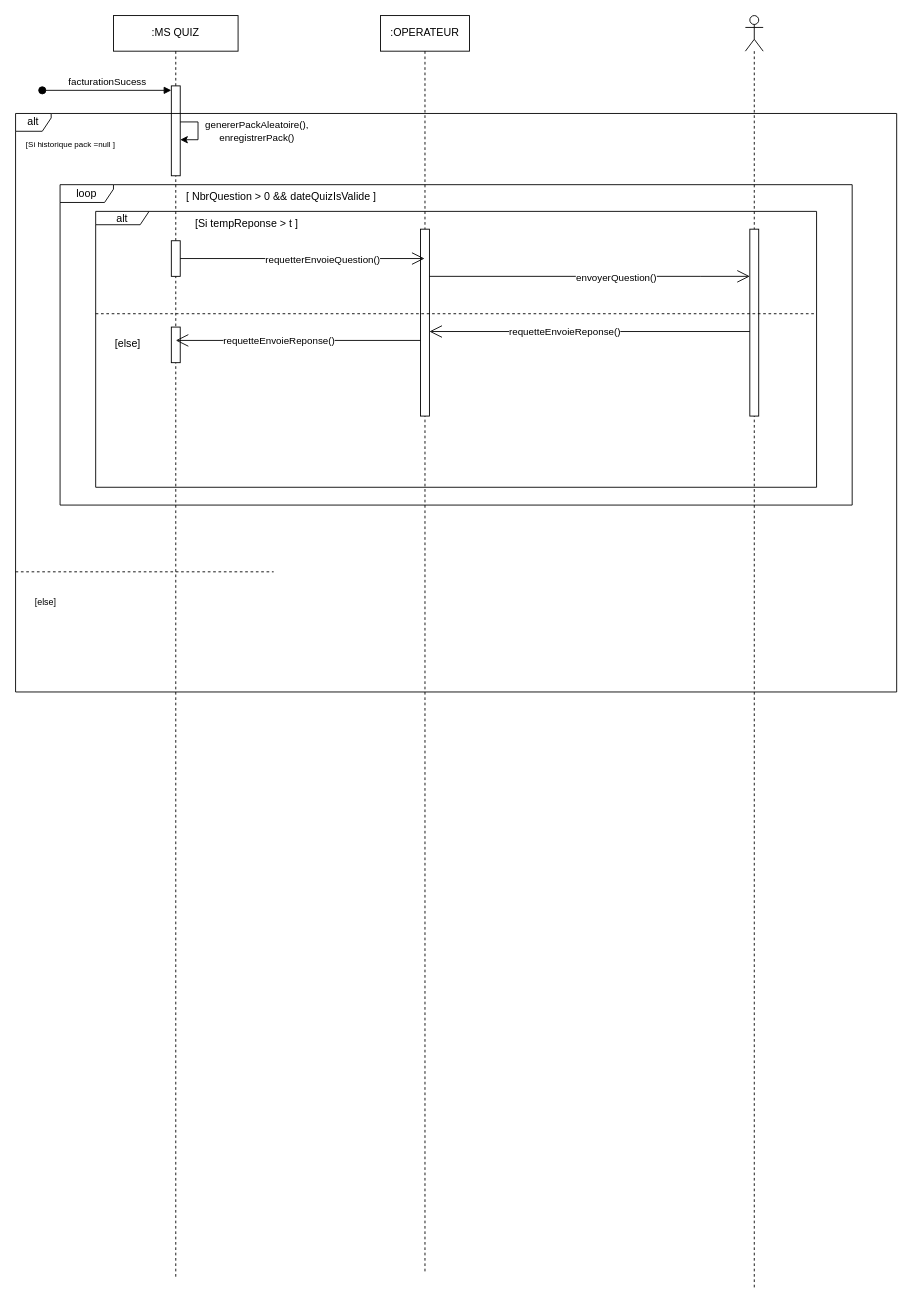
Above: page "DS-MODELE-GAME-B1" (3 of 5) of QuizDiagram.drawio in kbvac/Diagramme-UML (draw.io), before the change. Source tidied: cells renumbered, new cells numbered last; positions are measured from the earlier drawing's top-left corner, leaving out a move shared by most shapes. Both pictures are drawn from the tidied source at 89%, with x=0, y=0 at pixel (15, 15).
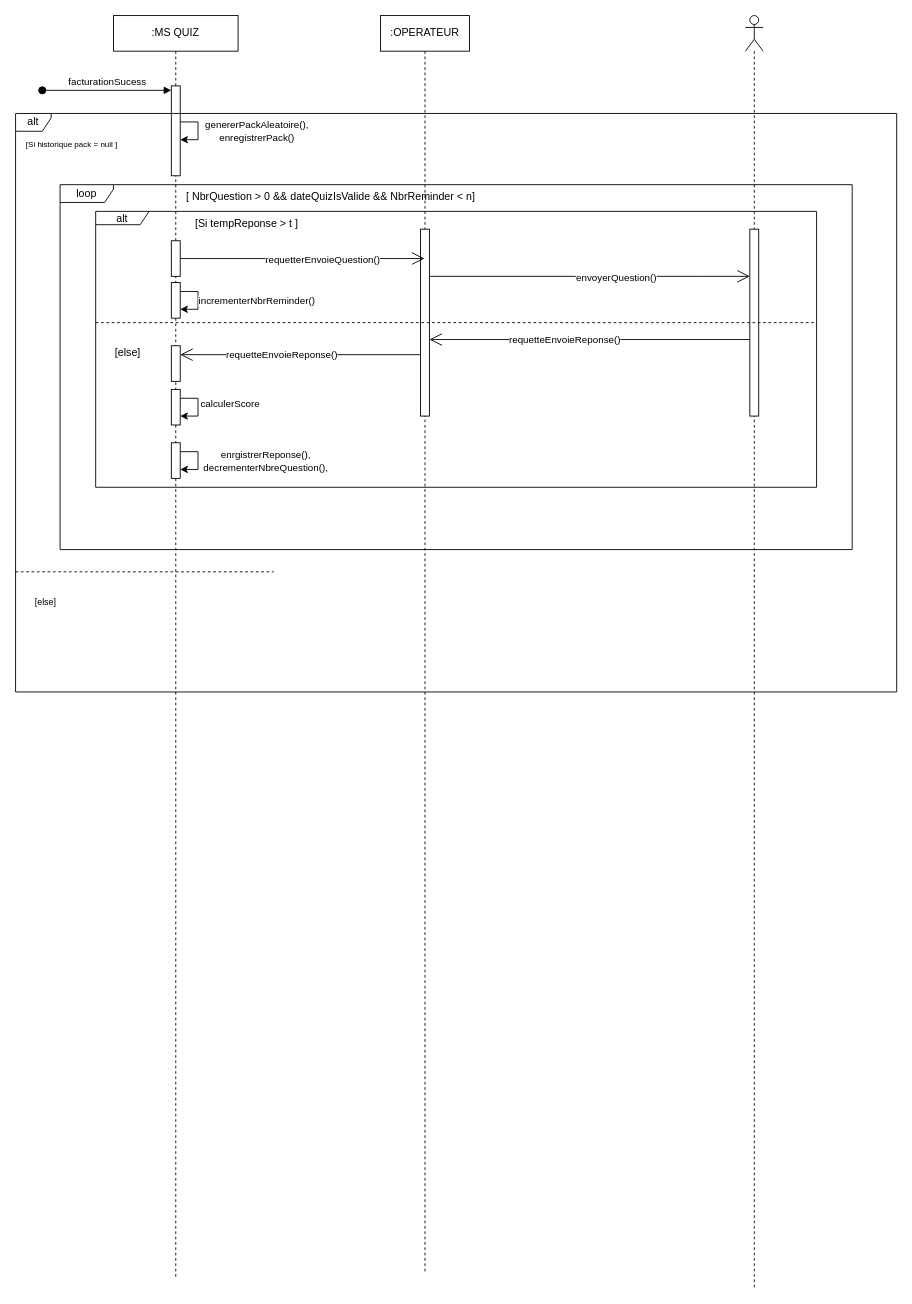
The same page after the edit.

Unchanged cells that the change refers to:
```xml
<mxCell id="5" style="html=1;points=[[0,0,0,0,5],[0,1,0,0,-5],[1,0,0,0,5],[1,1,0,0,-5]];perimeter=orthogonalPerimeter;outlineConnect=0;targetShapes=umlLifeline;portConstraint=eastwest;newEdgeStyle={&quot;curved&quot;:0,&quot;rounded&quot;:0};" parent="4" vertex="1">
  <mxGeometry x="45" y="240" width="10" height="210" as="geometry" />
</mxCell>
<mxCell id="6" value=":MS QUIZ" style="shape=umlLifeline;perimeter=lifelinePerimeter;whiteSpace=wrap;html=1;newEdgeStyle={&quot;edgeStyle&quot;:&quot;elbowEdgeStyle&quot;,&quot;elbow&quot;:&quot;vertical&quot;,&quot;curved&quot;:0,&quot;rounded&quot;:0};" parent="1" vertex="1">
  <mxGeometry x="110" width="140" height="1420" as="geometry" />
</mxCell>
<mxCell id="12" value="alt" style="shape=umlFrame;whiteSpace=wrap;html=1;width=40;height=20;" parent="1" vertex="1">
  <mxGeometry y="110" width="990" height="650" as="geometry" />
</mxCell>
<mxCell id="22" value="alt" style="shape=umlFrame;whiteSpace=wrap;html=1;width=60;height=15;" parent="1" vertex="1">
  <mxGeometry x="90" y="220" width="810" height="310" as="geometry" />
</mxCell>
```

Change to the diagram source:
```diff
@@
     <mxCell id="11" style="html=1;perimeter=orthogonalPerimeter;targetShapes=umlLifeline;newEdgeStyle={&quot;curved&quot;:0,&quot;rounded&quot;:0};" parent="6" vertex="1">
-      <mxGeometry x="65" y="350" width="10" height="40" as="geometry" />
+      <mxGeometry x="65" y="371" width="10" height="40" as="geometry" />
     </mxCell>
+    <mxCell id="29" style="html=1;points=[[0,0,0,0,5],[0,1,0,0,-5],[1,0,0,0,5],[1,1,0,0,-5]];perimeter=orthogonalPerimeter;outlineConnect=0;targetShapes=umlLifeline;portConstraint=eastwest;newEdgeStyle={&quot;curved&quot;:0,&quot;rounded&quot;:0};" parent="6" vertex="1">
+      <mxGeometry x="65" y="420" width="10" height="40" as="geometry" />
+    </mxCell>
+    <mxCell id="30" style="edgeStyle=orthogonalEdgeStyle;rounded=0;orthogonalLoop=1;jettySize=auto;html=1;curved=0;elbow=horizontal;" parent="6" edge="1" source="29" target="29">
+      <mxGeometry relative="1" as="geometry" />
+    </mxCell>
+    <mxCell id="31" value="calculerScore" style="edgeLabel;html=1;align=center;verticalAlign=middle;" parent="30" vertex="1">
+      <mxGeometry x="-0.53" relative="1" as="geometry">
+        <mxPoint x="41" y="5" as="offset" />
+      </mxGeometry>
+    </mxCell>
+    <mxCell id="32" style="html=1;points=[[0,0,0,0,5],[0,1,0,0,-5],[1,0,0,0,5],[1,1,0,0,-5]];perimeter=orthogonalPerimeter;outlineConnect=0;targetShapes=umlLifeline;portConstraint=eastwest;newEdgeStyle={&quot;curved&quot;:0,&quot;rounded&quot;:0};" parent="6" vertex="1">
+      <mxGeometry x="65" y="480" width="10" height="40" as="geometry" />
+    </mxCell>
+    <mxCell id="33" style="edgeStyle=orthogonalEdgeStyle;rounded=0;orthogonalLoop=1;jettySize=auto;html=1;curved=0;elbow=horizontal;" parent="6" edge="1" source="32" target="32">
+      <mxGeometry relative="1" as="geometry" />
+    </mxCell>
+    <mxCell id="34" value="enrgistrerReponse(),&lt;br&gt;decrementerNbreQuestion()," style="edgeLabel;html=1;align=center;verticalAlign=middle;" parent="33" vertex="1">
+      <mxGeometry x="-0.53" relative="1" as="geometry">
+        <mxPoint x="81" y="10" as="offset" />
+      </mxGeometry>
+    </mxCell>
+    <mxCell id="35" style="html=1;points=[[0,0,0,0,5],[0,1,0,0,-5],[1,0,0,0,5],[1,1,0,0,-5]];perimeter=orthogonalPerimeter;outlineConnect=0;targetShapes=umlLifeline;portConstraint=eastwest;newEdgeStyle={&quot;curved&quot;:0,&quot;rounded&quot;:0};" parent="6" vertex="1">
+      <mxGeometry x="65" y="300" width="10" height="40" as="geometry" />
+    </mxCell>
+    <mxCell id="36" style="edgeStyle=orthogonalEdgeStyle;rounded=0;orthogonalLoop=1;jettySize=auto;html=1;curved=0;elbow=horizontal;" parent="6" edge="1" source="35" target="35">
+      <mxGeometry relative="1" as="geometry" />
+    </mxCell>
+    <mxCell id="37" value="incrementerNbrReminder()" style="edgeLabel;html=1;align=center;verticalAlign=middle;" parent="36" vertex="1">
+      <mxGeometry x="-0.53" relative="1" as="geometry">
+        <mxPoint x="71" y="10" as="offset" />
+      </mxGeometry>
+    </mxCell>
@@
-    <mxCell id="13" value="&lt;font style=&quot;font-size: 9px;&quot;&gt;[Si historique pack =null ]&lt;/font&gt;" style="text;html=1;" parent="12" vertex="1">
+    <mxCell id="13" value="&lt;font style=&quot;font-size: 9px;&quot;&gt;[Si historique pack = null ]&lt;/font&gt;" style="text;html=1;" parent="12" vertex="1">
       <mxGeometry width="100" height="20" relative="1" as="geometry">
         <mxPoint x="10" y="20" as="offset" />
       </mxGeometry>
     </mxCell>
@@
     <mxCell id="20" value="loop" style="shape=umlFrame;whiteSpace=wrap;html=1;width=60;height=20;" parent="1" vertex="1">
-      <mxGeometry x="50" y="190" width="890" height="360" as="geometry" />
+      <mxGeometry x="50" y="190" width="890" height="410" as="geometry" />
     </mxCell>
-    <mxCell id="21" value="[ NbrQuestion &amp;gt; 0 &amp;amp;&amp;amp; dateQuizIsValide ]&amp;nbsp;" style="text;html=1;" parent="20" vertex="1">
+    <mxCell id="21" value="[ NbrQuestion &amp;gt; 0 &amp;amp;&amp;amp; dateQuizIsValide &amp;amp;&amp;amp; NbrReminder &amp;lt; n]&amp;nbsp;" style="text;html=1;" parent="20" vertex="1">
       <mxGeometry width="220" height="20" relative="1" as="geometry">
         <mxPoint x="140" as="offset" />
       </mxGeometry>
     </mxCell>
@@
     <mxCell id="24" value="[else]" style="line;strokeWidth=1;dashed=1;labelPosition=center;verticalLabelPosition=bottom;align=left;verticalAlign=top;spacingLeft=20;spacingTop=15;html=1;whiteSpace=wrap;" parent="22" vertex="1">
-      <mxGeometry y="110" width="810" height="10" as="geometry" />
+      <mxGeometry y="120" width="810" height="10" as="geometry" />
     </mxCell>
+    <mxCell id="27" style="endArrow=open;endFill=1;endSize=12;html=1;rounded=0;" parent="1" edge="1">
+      <mxGeometry relative="1" as="geometry">
+        <mxPoint x="825" y="364" as="sourcePoint" />
+        <mxPoint x="465" y="364" as="targetPoint" />
+      </mxGeometry>
+    </mxCell>
+    <mxCell id="28" value="requetteEnvoieReponse()" style="edgeLabel;html=1;align=center;verticalAlign=middle;" parent="27" vertex="1">
+      <mxGeometry x="0.16" y="-1" relative="1" as="geometry" />
+    </mxCell>
-    <mxCell id="25" style="endArrow=open;endFill=1;endSize=12;html=1;rounded=0;" parent="22" edge="1" source="5">
+    <mxCell id="25" style="endArrow=open;endFill=1;endSize=12;html=1;rounded=0;" parent="1" edge="1">
       <mxGeometry relative="1" as="geometry">
-        <mxPoint x="90" y="145" as="targetPoint" />
+        <mxPoint x="455" y="381" as="sourcePoint" />
+        <mxPoint x="185" y="381" as="targetPoint" />
       </mxGeometry>
     </mxCell>
@@
-    <mxCell id="27" style="endArrow=open;endFill=1;endSize=12;html=1;rounded=0;" parent="1" edge="1">
-      <mxGeometry relative="1" as="geometry">
-        <mxPoint x="825" y="355" as="sourcePoint" />
-        <mxPoint x="465" y="355" as="targetPoint" />
-      </mxGeometry>
-    </mxCell>
-    <mxCell id="28" value="requetteEnvoieReponse()" style="edgeLabel;html=1;align=center;verticalAlign=middle;" parent="27" vertex="1">
-      <mxGeometry x="0.16" y="-1" relative="1" as="geometry" />
-    </mxCell>
```
